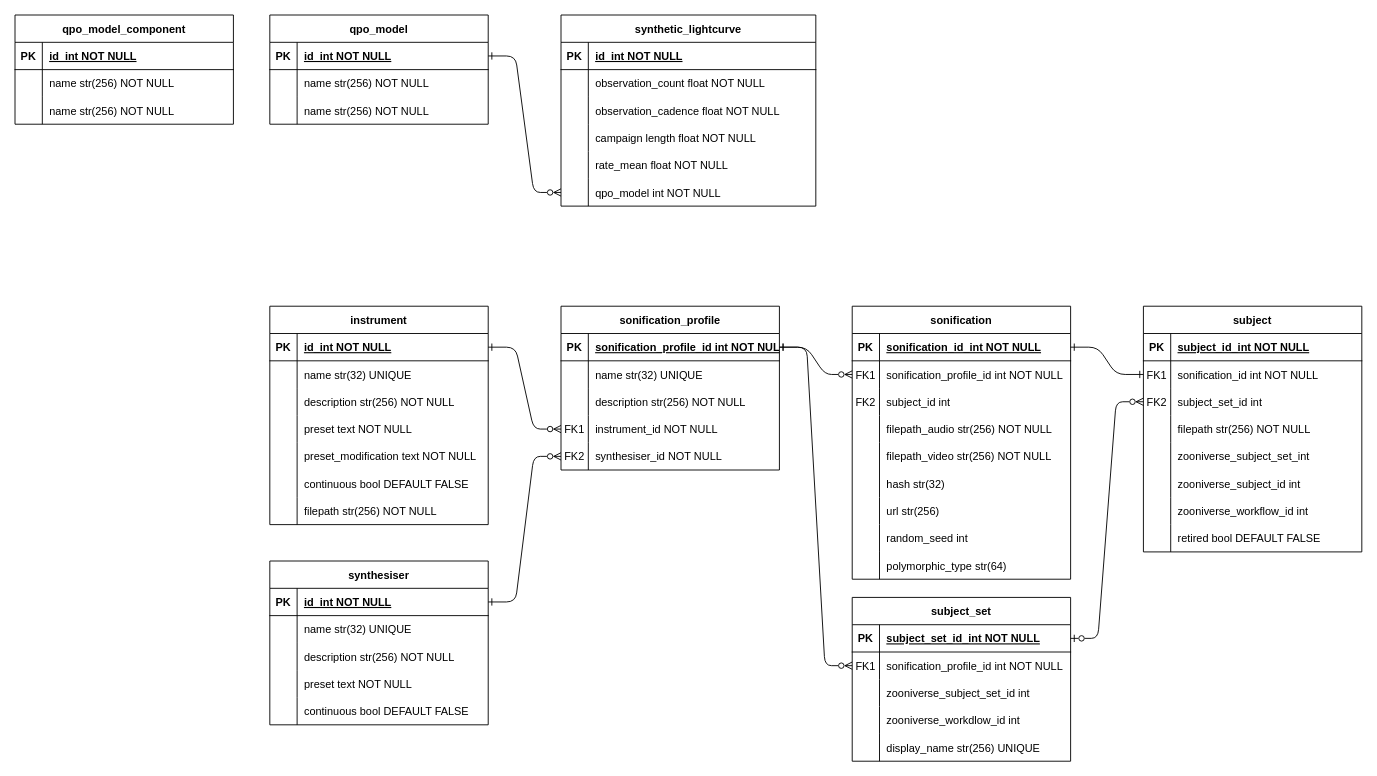
The draw.io diagram docs/entity_relational_diagram.drawio in Southampton-RSG/voidorchestra, before the edit. Source tidied: cells renumbered, new cells numbered last; positions are measured from the earlier drawing's top-left corner, leaving out a move shared by most shapes. Both pictures are drawn from the tidied source at 91%, with x=0, y=0 at pixel (15, 15).
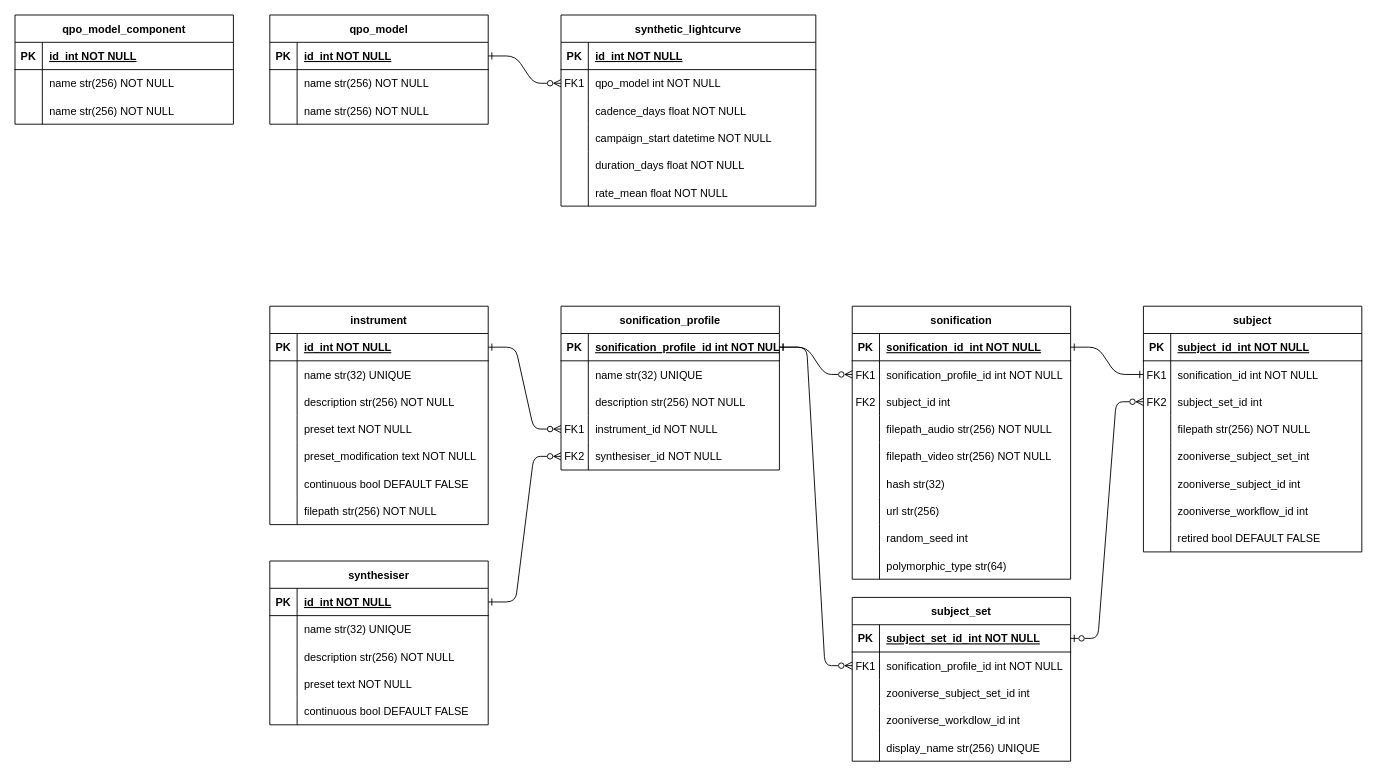
Above is the later version.

Unchanged cells that the change refers to:
```xml
<mxCell id="141" value="synthetic_lightcurve" style="shape=table;startSize=30;childLayout=tableLayout;rowLines=0;fontStyle=1;align=center;" parent="1" vertex="1">
  <mxGeometry x="600" width="280" height="210" as="geometry" />
</mxCell>
<mxCell id="148" style="shape=partialRectangle;fillColor=none;top=0;left=0;right=0;bottom=0;" parent="141" vertex="1">
  <mxGeometry y="90" width="280" height="30" as="geometry" />
</mxCell>
```

Change to the diagram source:
```diff
@@
-    <mxCell id="145" style="shape=partialRectangle;fillColor=none;top=0;left=0;right=0;bottom=0;" parent="141" vertex="1">
-      <mxGeometry y="60" width="280" height="30" as="geometry" />
-    </mxCell>
-    <mxCell id="146" style="shape=partialRectangle;overflow=hidden;fillColor=none;top=0;left=0;bottom=0;right=0;" parent="145" vertex="1">
-      <mxGeometry width="30" height="30" as="geometry" />
-    </mxCell>
-    <mxCell id="147" value="observation_count float NOT NULL" style="shape=partialRectangle;overflow=hidden;fillColor=none;top=0;left=0;bottom=0;right=0;align=left;spacingLeft=6;" parent="145" vertex="1">
-      <mxGeometry x="30" width="250" height="30" as="geometry" />
-    </mxCell>
+    <mxCell id="157" style="shape=partialRectangle;fillColor=none;points=[[0,0.5],[1,0.5]];portConstraint=eastwest;top=0;left=0;right=0;bottom=0;" parent="141" vertex="1">
+      <mxGeometry y="60" width="280" height="30" as="geometry" />
+    </mxCell>
+    <mxCell id="158" value="FK1" style="shape=partialRectangle;overflow=hidden;fillColor=none;top=0;left=0;bottom=0;right=0;" parent="157" vertex="1">
+      <mxGeometry width="30" height="30" as="geometry" />
+    </mxCell>
+    <mxCell id="159" value="qpo_model int NOT NULL" style="shape=partialRectangle;overflow=hidden;fillColor=none;top=0;left=0;bottom=0;right=0;align=left;spacingLeft=6;" parent="157" vertex="1">
+      <mxGeometry x="30" width="250" height="30" as="geometry" />
+    </mxCell>
@@
-    <mxCell id="150" value="observation_cadence float NOT NULL" style="shape=partialRectangle;overflow=hidden;fillColor=none;top=0;left=0;bottom=0;right=0;align=left;spacingLeft=6;" parent="148" vertex="1">
+    <mxCell id="150" value="cadence_days float NOT NULL" style="shape=partialRectangle;overflow=hidden;fillColor=none;top=0;left=0;bottom=0;right=0;align=left;spacingLeft=6;" parent="148" vertex="1">
       <mxGeometry x="30" width="250" height="30" as="geometry" />
     </mxCell>
+    <mxCell id="171" style="shape=partialRectangle;fillColor=none;top=0;left=0;right=0;bottom=0;" parent="141" vertex="1">
+      <mxGeometry y="120" width="280" height="30" as="geometry" />
+    </mxCell>
+    <mxCell id="146" style="shape=partialRectangle;overflow=hidden;fillColor=none;top=0;left=0;bottom=0;right=0;" parent="171" vertex="1">
+      <mxGeometry width="30" height="30" as="geometry" />
+    </mxCell>
+    <mxCell id="172" value="campaign_start datetime NOT NULL" style="shape=partialRectangle;overflow=hidden;fillColor=none;top=0;left=0;bottom=0;right=0;align=left;spacingLeft=6;" parent="171" vertex="1">
+      <mxGeometry x="30" width="250" height="30" as="geometry" />
+    </mxCell>
     <mxCell id="151" style="shape=partialRectangle;fillColor=none;top=0;left=0;right=0;bottom=0;" parent="141" vertex="1">
-      <mxGeometry y="120" width="280" height="30" as="geometry" />
+      <mxGeometry y="150" width="280" height="30" as="geometry" />
     </mxCell>
@@
-    <mxCell id="153" value="campaign length float NOT NULL" style="shape=partialRectangle;overflow=hidden;fillColor=none;top=0;left=0;bottom=0;right=0;align=left;spacingLeft=6;" parent="151" vertex="1">
+    <mxCell id="153" value="duration_days float NOT NULL" style="shape=partialRectangle;overflow=hidden;fillColor=none;top=0;left=0;bottom=0;right=0;align=left;spacingLeft=6;" parent="151" vertex="1">
       <mxGeometry x="30" width="250" height="30" as="geometry" />
     </mxCell>
     <mxCell id="154" style="shape=partialRectangle;fillColor=none;top=0;left=0;right=0;bottom=0;" parent="141" vertex="1">
-      <mxGeometry y="150" width="280" height="30" as="geometry" />
+      <mxGeometry y="180" width="280" height="30" as="geometry" />
     </mxCell>
@@
-    <mxCell id="157" style="shape=partialRectangle;fillColor=none;points=[[0,0.5],[1,0.5]];portConstraint=eastwest;top=0;left=0;right=0;bottom=0;" parent="141" vertex="1">
-      <mxGeometry y="180" width="280" height="30" as="geometry" />
-    </mxCell>
-    <mxCell id="158" style="shape=partialRectangle;overflow=hidden;fillColor=none;top=0;left=0;bottom=0;right=0;" parent="157" vertex="1">
-      <mxGeometry width="30" height="30" as="geometry" />
-    </mxCell>
-    <mxCell id="159" value="qpo_model int NOT NULL" style="shape=partialRectangle;overflow=hidden;fillColor=none;top=0;left=0;bottom=0;right=0;align=left;spacingLeft=6;" parent="157" vertex="1">
-      <mxGeometry x="30" width="250" height="30" as="geometry" />
-    </mxCell>
```
